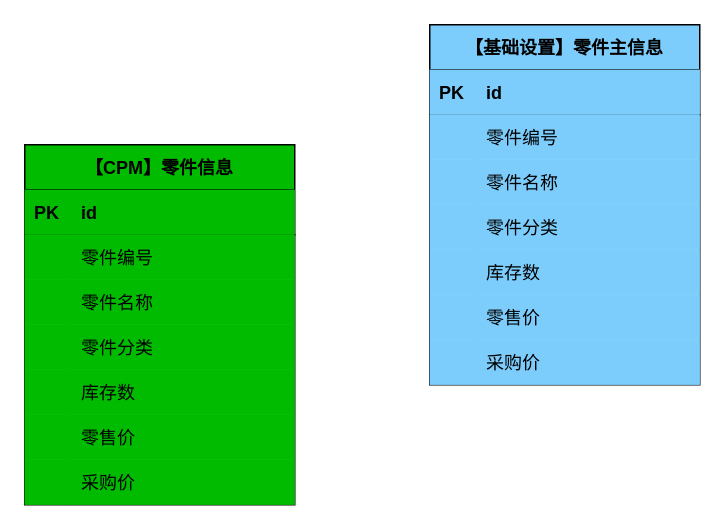
Earlier version of the draw.io diagram page "聚合根" (4 of 4) of 零件主信息.drawio (1132489442/gitRepository1). Source tidied: cells renumbered, new cells numbered last; positions are measured from the earlier drawing's top-left corner, leaving out a move shared by most shapes. Both pictures are drawn from the tidied source at 150%, with x=0, y=0 at pixel (24, 24).
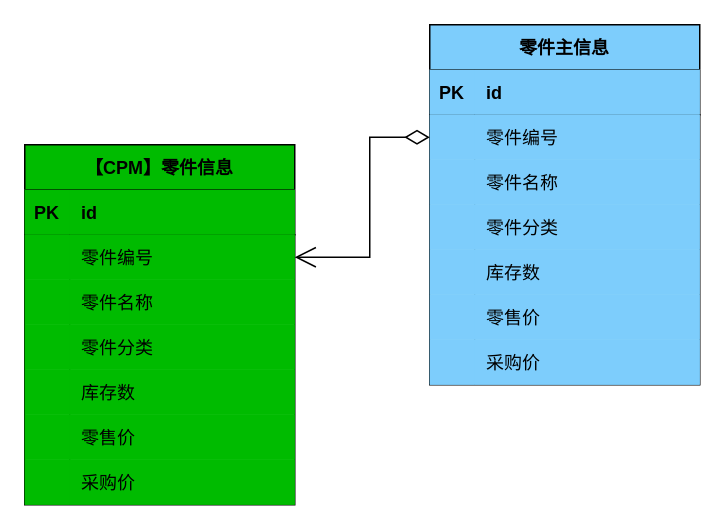
After the change.

Commit message:
更新零件主信息.drawio

Unchanged cells that the change refers to:
```xml
<mxCell id="6" style="shape=tableRow;horizontal=0;startSize=0;swimlaneHead=0;swimlaneBody=0;fillColor=#7DCDFC;points=[[0,0.5],[1,0.5]];portConstraint=eastwest;top=0;left=0;right=0;bottom=0;" parent="2" vertex="1">
  <mxGeometry y="60" width="180" height="30" as="geometry" />
</mxCell>
<mxCell id="28" style="shape=tableRow;horizontal=0;startSize=0;swimlaneHead=0;swimlaneBody=0;fillColor=#00BB00;points=[[0,0.5],[1,0.5]];portConstraint=eastwest;top=0;left=0;right=0;bottom=0;" parent="24" vertex="1">
  <mxGeometry y="60" width="180" height="30" as="geometry" />
</mxCell>
```

The edit, as a diff of the source:
```diff
@@
-    <mxCell id="2" value="【基础设置】零件主信息" style="shape=table;startSize=30;childLayout=tableLayout;rowLines=0;fontStyle=1;align=center;fillColor=#7DCDFC;" parent="1" vertex="1">
+    <mxCell id="2" value="零件主信息" style="shape=table;startSize=30;childLayout=tableLayout;rowLines=0;fontStyle=1;align=center;fillColor=#7DCDFC;" parent="1" vertex="1">
       <mxGeometry x="270" width="180" height="240" as="geometry" />
     </mxCell>
@@
+    <mxCell id="46" style="endArrow=open;html=1;endSize=12;startArrow=diamondThin;startSize=14;startFill=0;edgeStyle=orthogonalEdgeStyle;align=left;verticalAlign=bottom;rounded=0;fontColor=#393939;exitX=0;exitY=0.5;exitDx=0;exitDy=0;entryX=1;entryY=0.5;entryDx=0;entryDy=0;" parent="1" edge="1" source="6" target="28">
+      <mxGeometry x="-1" y="3" relative="1" as="geometry">
+        <Array as="points">
+          <mxPoint x="230" y="75" />
+          <mxPoint x="230" y="155" />
+        </Array>
+      </mxGeometry>
+    </mxCell>
```
